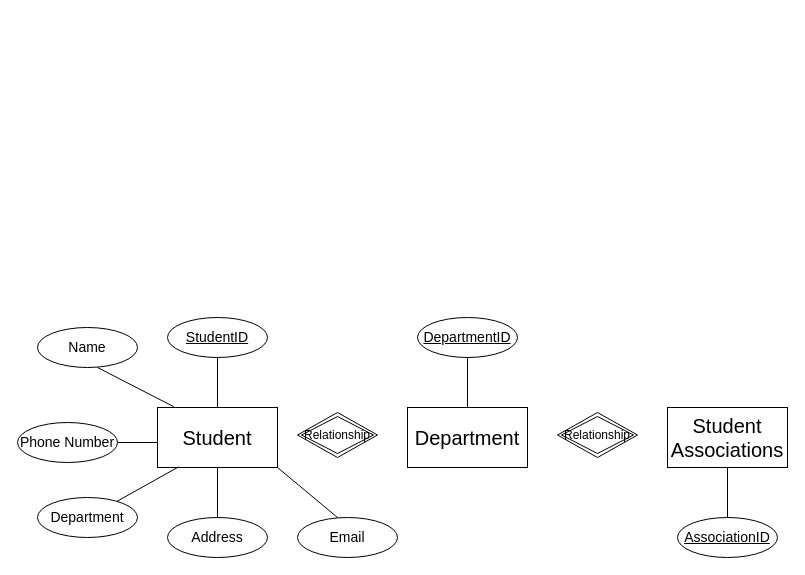
Kyle-Deason/LIS-5683 keeps this draw.io diagram as Assignment 2.drawio. Above is the earlier version. Source tidied: cells renumbered, new cells numbered last; positions are measured from the earlier drawing's top-left corner, leaving out a move shared by most shapes. Both pictures are drawn from the tidied source at 100%, with x=0, y=0 at pixel (17, 317).
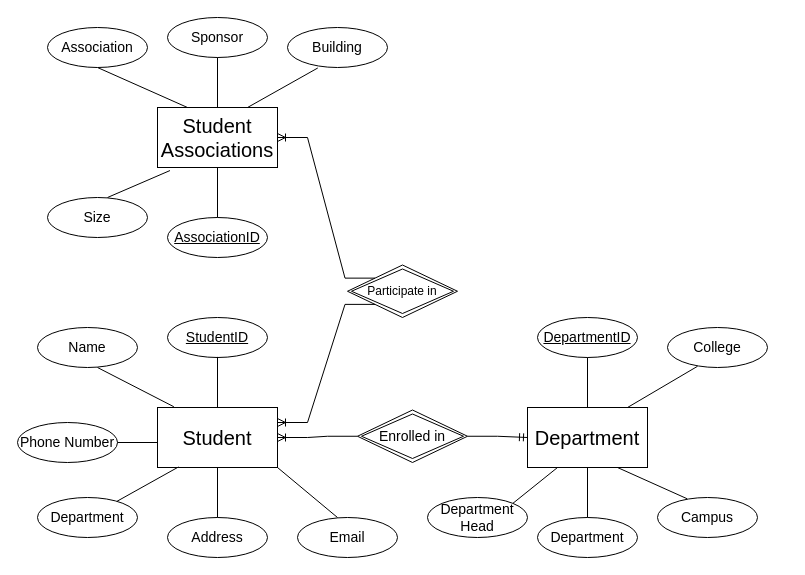
The same diagram, later.

Unchanged cells that the change refers to:
```xml
<mxCell id="2" value="Student" style="rounded=0;whiteSpace=wrap;html=1;fontSize=20;" parent="1" vertex="1">
  <mxGeometry x="140" y="90" width="120" height="60" as="geometry" />
</mxCell>
```

What changed in the source:
```diff
@@
     <mxCell id="3" value="Department" style="rounded=0;whiteSpace=wrap;html=1;fontSize=20;" parent="1" vertex="1">
-      <mxGeometry x="390" y="90" width="120" height="60" as="geometry" />
+      <mxGeometry x="510" y="90" width="120" height="60" as="geometry" />
     </mxCell>
     <mxCell id="4" value="Student Associations" style="rounded=0;whiteSpace=wrap;html=1;fontSize=20;" parent="1" vertex="1">
-      <mxGeometry x="650" y="90" width="120" height="60" as="geometry" />
+      <mxGeometry x="140" y="-210" width="120" height="60" as="geometry" />
     </mxCell>
@@
     <mxCell id="10" value="AssociationID" style="ellipse;whiteSpace=wrap;html=1;align=center;fontSize=14;fontStyle=4;" parent="1" vertex="1">
-      <mxGeometry x="660" y="200" width="100" height="40" as="geometry" />
+      <mxGeometry x="150" y="-100" width="100" height="40" as="geometry" />
     </mxCell>
     <mxCell id="11" value="DepartmentID" style="ellipse;whiteSpace=wrap;html=1;align=center;fontStyle=4;fontSize=14;" parent="1" vertex="1">
-      <mxGeometry x="400" width="100" height="40" as="geometry" />
+      <mxGeometry x="520" width="100" height="40" as="geometry" />
     </mxCell>
@@
     <mxCell id="17" style="endArrow=none;html=1;rounded=0;entryX=0.5;entryY=0;entryDx=0;entryDy=0;" parent="1" edge="1" target="3">
       <mxGeometry relative="1" as="geometry">
-        <mxPoint x="450" y="40" as="sourcePoint" />
+        <mxPoint x="570" y="40" as="sourcePoint" />
       </mxGeometry>
     </mxCell>
     <mxCell id="18" style="endArrow=none;html=1;rounded=0;exitX=0.5;exitY=0;exitDx=0;exitDy=0;" parent="1" edge="1" source="10">
       <mxGeometry relative="1" as="geometry">
-        <mxPoint x="710" y="150" as="targetPoint" />
+        <mxPoint x="200" y="-150" as="targetPoint" />
       </mxGeometry>
     </mxCell>
-    <mxCell id="19" value="Relationship" style="shape=rhombus;double=1;perimeter=rhombusPerimeter;whiteSpace=wrap;html=1;align=center;" parent="1" vertex="1">
-      <mxGeometry x="540" y="95" width="80" height="45" as="geometry" />
+    <mxCell id="19" value="Participate in" style="shape=rhombus;double=1;perimeter=rhombusPerimeter;whiteSpace=wrap;html=1;align=center;" parent="1" vertex="1">
+      <mxGeometry x="330" y="-52.5" width="110" height="52.5" as="geometry" />
     </mxCell>
-    <mxCell id="20" value="Relationship" style="shape=rhombus;double=1;perimeter=rhombusPerimeter;whiteSpace=wrap;html=1;align=center;" parent="1" vertex="1">
-      <mxGeometry x="280" y="95" width="80" height="45" as="geometry" />
-    </mxCell>
@@
+    <mxCell id="23" value="Department" style="ellipse;whiteSpace=wrap;html=1;align=center;fontSize=14;" parent="1" vertex="1">
+      <mxGeometry x="520" y="200" width="100" height="40" as="geometry" />
+    </mxCell>
+    <mxCell id="24" value="College" style="ellipse;whiteSpace=wrap;html=1;align=center;fontSize=14;" parent="1" vertex="1">
+      <mxGeometry x="650" y="10" width="100" height="40" as="geometry" />
+    </mxCell>
+    <mxCell id="25" value="&lt;font style=&quot;font-size: 14px;&quot;&gt;Campus&lt;/font&gt;" style="ellipse;whiteSpace=wrap;html=1;align=center;" parent="1" vertex="1">
+      <mxGeometry x="640" y="180" width="100" height="40" as="geometry" />
+    </mxCell>
+    <mxCell id="26" value="Department Head" style="ellipse;whiteSpace=wrap;html=1;align=center;fontSize=14;" parent="1" vertex="1">
+      <mxGeometry x="410" y="180" width="100" height="40" as="geometry" />
+    </mxCell>
+    <mxCell id="27" style="endArrow=none;html=1;rounded=0;" parent="1" edge="1">
+      <mxGeometry relative="1" as="geometry">
+        <mxPoint x="610" y="90" as="sourcePoint" />
+        <mxPoint x="680" y="48.8" as="targetPoint" />
+      </mxGeometry>
+    </mxCell>
+    <mxCell id="28" style="endArrow=none;html=1;rounded=0;exitX=0.5;exitY=0;exitDx=0;exitDy=0;entryX=0.5;entryY=1;entryDx=0;entryDy=0;" parent="1" edge="1" source="23" target="3">
+      <mxGeometry relative="1" as="geometry" />
+    </mxCell>
+    <mxCell id="29" style="endArrow=none;html=1;rounded=0;exitX=0.25;exitY=0;exitDx=0;exitDy=0;entryX=0.5;entryY=1;entryDx=0;entryDy=0;" parent="1" edge="1" source="4" target="35">
+      <mxGeometry relative="1" as="geometry" />
+    </mxCell>
+    <mxCell id="30" style="endArrow=none;html=1;rounded=0;exitX=0.297;exitY=0.032;exitDx=0;exitDy=0;exitPerimeter=0;entryX=0.75;entryY=1;entryDx=0;entryDy=0;" parent="1" edge="1" source="25" target="3">
+      <mxGeometry relative="1" as="geometry" />
+    </mxCell>
+    <mxCell id="31" style="endArrow=none;html=1;rounded=0;exitX=1;exitY=0;exitDx=0;exitDy=0;entryX=0.25;entryY=1;entryDx=0;entryDy=0;" parent="1" edge="1" source="26" target="3">
+      <mxGeometry relative="1" as="geometry" />
+    </mxCell>
+    <mxCell id="32" value="Sponsor" style="ellipse;whiteSpace=wrap;html=1;align=center;fontSize=14;" parent="1" vertex="1">
+      <mxGeometry x="150" y="-300" width="100" height="40" as="geometry" />
+    </mxCell>
+    <mxCell id="33" value="Size" style="ellipse;whiteSpace=wrap;html=1;align=center;fontSize=14;" parent="1" vertex="1">
+      <mxGeometry x="30" y="-120" width="100" height="40" as="geometry" />
+    </mxCell>
+    <mxCell id="34" value="Building" style="ellipse;whiteSpace=wrap;html=1;align=center;fontSize=14;" parent="1" vertex="1">
+      <mxGeometry x="270" y="-290" width="100" height="40" as="geometry" />
+    </mxCell>
+    <mxCell id="35" value="Association" style="ellipse;whiteSpace=wrap;html=1;align=center;fontSize=14;" parent="1" vertex="1">
+      <mxGeometry x="30" y="-290" width="100" height="40" as="geometry" />
+    </mxCell>
+    <mxCell id="36" style="endArrow=none;html=1;rounded=0;exitX=0.75;exitY=0;exitDx=0;exitDy=0;entryX=0.303;entryY=1.012;entryDx=0;entryDy=0;entryPerimeter=0;" parent="1" edge="1" source="4" target="34">
+      <mxGeometry relative="1" as="geometry" />
+    </mxCell>
+    <mxCell id="37" style="endArrow=none;html=1;rounded=0;exitX=0.868;exitY=-0.031;exitDx=0;exitDy=0;exitPerimeter=0;entryX=0.104;entryY=1.051;entryDx=0;entryDy=0;entryPerimeter=0;" parent="1" edge="1" target="4">
+      <mxGeometry relative="1" as="geometry">
+        <mxPoint x="90" y="-120" as="sourcePoint" />
+      </mxGeometry>
+    </mxCell>
+    <mxCell id="38" style="endArrow=none;html=1;rounded=0;entryX=0.5;entryY=1;entryDx=0;entryDy=0;" parent="1" edge="1" source="4" target="32">
+      <mxGeometry relative="1" as="geometry" />
+    </mxCell>
+    <mxCell id="20" value="Enrolled in" style="shape=rhombus;double=1;perimeter=rhombusPerimeter;whiteSpace=wrap;html=1;align=center;fontSize=14;" parent="1" vertex="1">
+      <mxGeometry x="340" y="92.5" width="110" height="52.5" as="geometry" />
+    </mxCell>
+    <mxCell id="39" style="edgeStyle=entityRelationEdgeStyle;fontSize=12;html=1;endArrow=ERoneToMany;rounded=0;entryX=1;entryY=0.5;entryDx=0;entryDy=0;exitX=0;exitY=0.5;exitDx=0;exitDy=0;" parent="1" edge="1" source="20" target="2">
+      <mxGeometry relative="1" as="geometry">
+        <Array as="points">
+          <mxPoint x="330" y="110" />
+        </Array>
+      </mxGeometry>
+    </mxCell>
+    <mxCell id="40" style="edgeStyle=entityRelationEdgeStyle;fontSize=12;html=1;endArrow=ERmandOne;rounded=0;entryX=0;entryY=0.5;entryDx=0;entryDy=0;exitX=1;exitY=0.5;exitDx=0;exitDy=0;" parent="1" edge="1" source="20" target="3">
+      <mxGeometry relative="1" as="geometry" />
+    </mxCell>
+    <mxCell id="41" style="edgeStyle=entityRelationEdgeStyle;fontSize=12;html=1;endArrow=ERoneToMany;rounded=0;exitX=0;exitY=1;exitDx=0;exitDy=0;entryX=1;entryY=0.25;entryDx=0;entryDy=0;" parent="1" edge="1" source="19" target="2">
+      <mxGeometry relative="1" as="geometry">
+        <Array as="points">
+          <mxPoint x="280" y="30" />
+          <mxPoint x="270" y="20" />
+          <mxPoint x="270" y="50" />
+        </Array>
+      </mxGeometry>
+    </mxCell>
+    <mxCell id="42" style="edgeStyle=entityRelationEdgeStyle;fontSize=12;html=1;endArrow=ERoneToMany;rounded=0;exitX=0;exitY=0;exitDx=0;exitDy=0;entryX=1;entryY=0.5;entryDx=0;entryDy=0;" parent="1" edge="1" source="19" target="4">
+      <mxGeometry relative="1" as="geometry" />
+    </mxCell>
```
